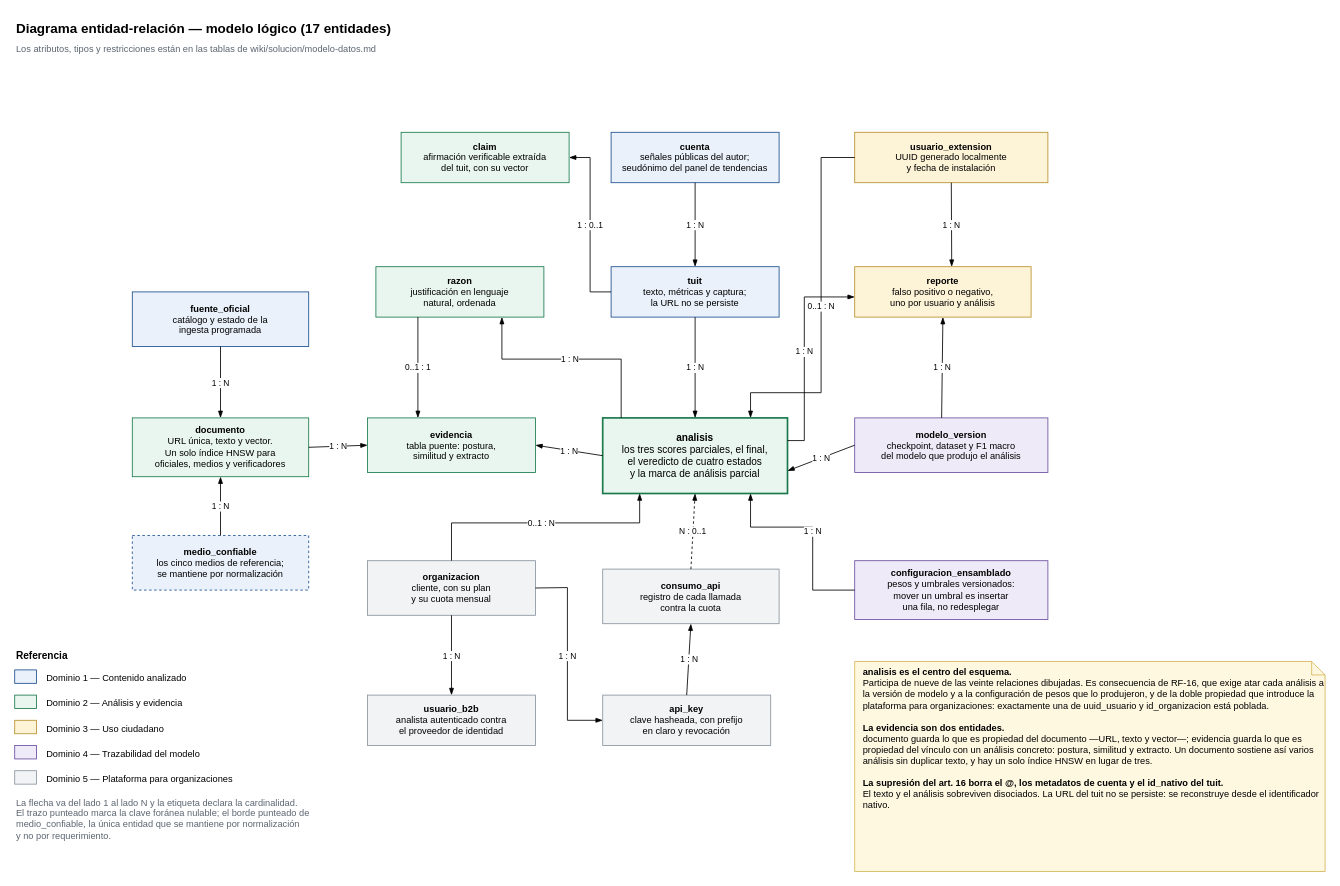
This is wiki/assets/diagramas/der.drawio from martinnbejarano/PFI-Wiki, a draw.io file, before an edit. Source tidied: cells renumbered, new cells numbered last; positions are measured from the earlier drawing's top-left corner, leaving out a move shared by most shapes. Both pictures are drawn from the tidied source at 84%, with x=0, y=0 at pixel (14, 14).
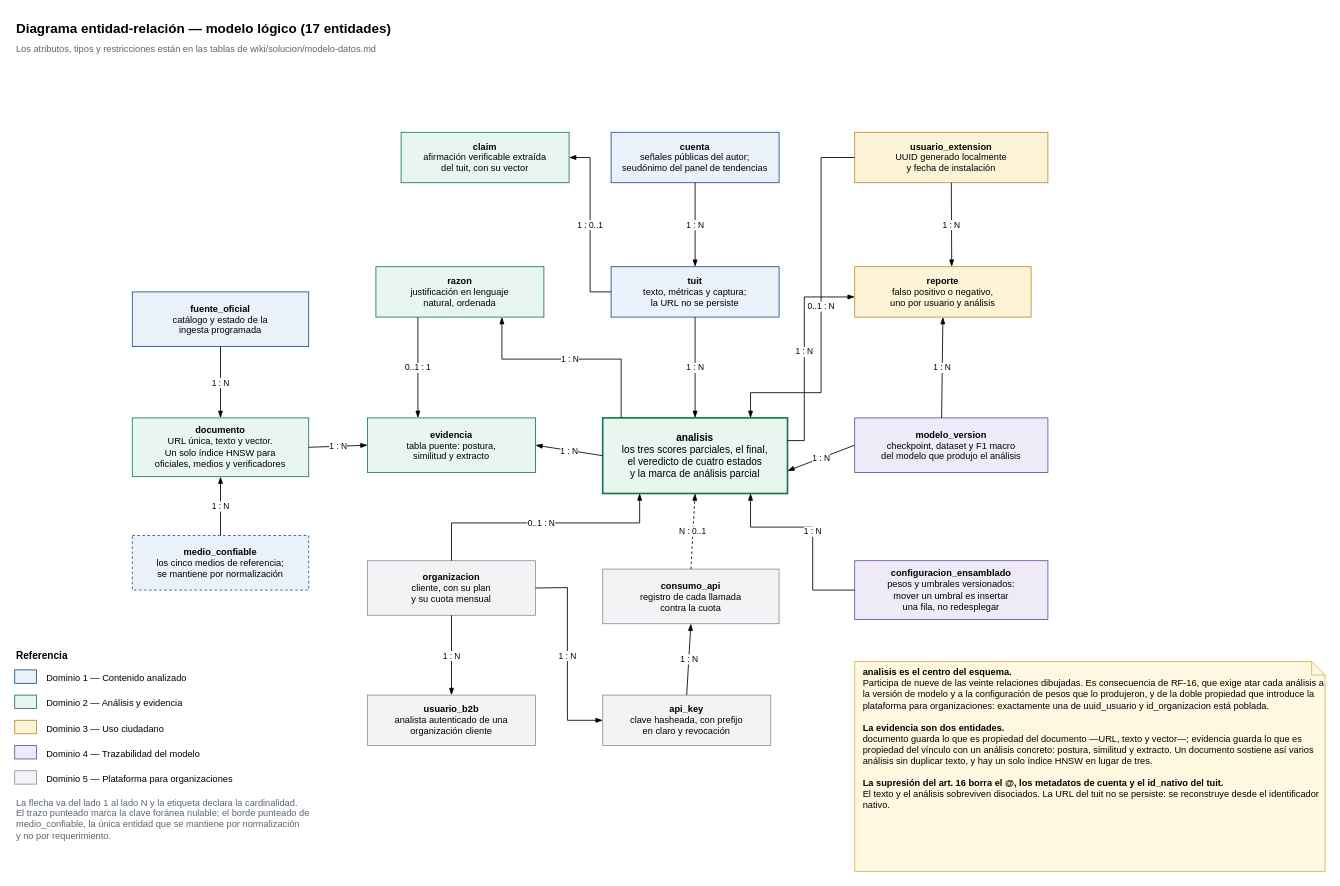
Above is the later version.

The edit, as a diff of the source:
```diff
@@
-    <mxCell id="19" value="&lt;b&gt;usuario_b2b&lt;/b&gt;&#10;analista autenticado contra&#10;el proveedor de identidad" style="rounded=0;whiteSpace=wrap;html=1;fillColor=#f1f3f5;strokeColor=#8a949e;fontSize=11;" parent="1" vertex="1">
+    <mxCell id="19" value="&lt;b&gt;usuario_b2b&lt;/b&gt;&#10;analista autenticado de una&#10;organización cliente" style="rounded=0;whiteSpace=wrap;html=1;fillColor=#f1f3f5;strokeColor=#8a949e;fontSize=11;" parent="1" vertex="1">
       <mxGeometry x="420" y="810" width="200" height="60" as="geometry" />
     </mxCell>
```
